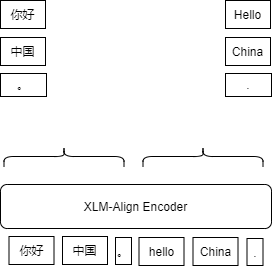
lakomi/pictures keeps this draw.io diagram as lk.drawio.png. Above is the earlier version. Source tidied: cells renumbered, new cells last; positions are measured from the earlier drawing's top-left corner, leaving out a move shared by most shapes.
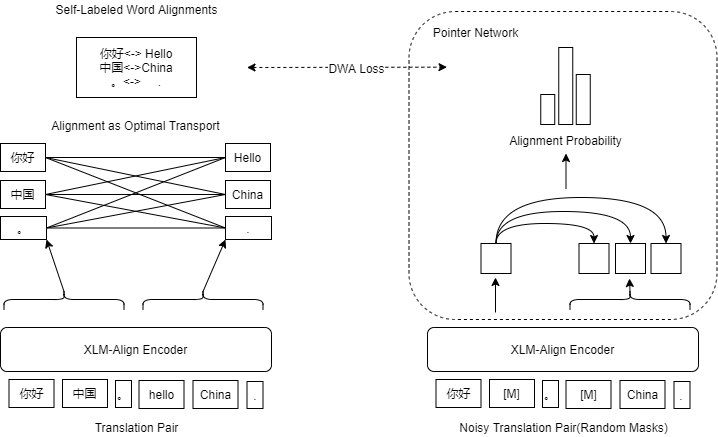
The same file after the commit.

The edit, as a diff of the source:
```diff
@@ -2,6 +2,9 @@
   <root>
     <mxCell id="0" />
     <mxCell id="1" parent="0" />
+    <mxCell id="17" style="rounded=1;whiteSpace=wrap;html=1;dashed=1;" parent="1" vertex="1">
+      <mxGeometry x="408.5" y="-132" width="308" height="308" as="geometry" />
+    </mxCell>
     <mxCell id="2" value="XLM-Align Encoder" style="rounded=1;whiteSpace=wrap;html=1;" parent="1" vertex="1">
       <mxGeometry y="184" width="271" height="44" as="geometry" />
     </mxCell>
@@ -17,15 +20,39 @@
     <mxCell id="6" value="." style="rounded=0;whiteSpace=wrap;html=1;" parent="1" vertex="1">
       <mxGeometry x="246.5" y="238" width="16" height="27" as="geometry" />
     </mxCell>
+    <mxCell id="18" style="rounded=0;jettySize=auto;html=1;exitX=0.1;exitY=0.5;exitDx=0;exitDy=0;exitPerimeter=0;entryX=1;entryY=1;entryDx=0;entryDy=0;" parent="1" edge="1" source="7" target="13">
+      <mxGeometry relative="1" as="geometry" />
+    </mxCell>
     <mxCell id="7" style="shape=curlyBracket;whiteSpace=wrap;html=1;rounded=1;rotation=90;" parent="1" vertex="1">
       <mxGeometry x="53.5" y="96" width="20" height="120" as="geometry" />
     </mxCell>
+    <mxCell id="19" style="edgeStyle=none;rounded=0;jettySize=auto;html=1;exitX=0.1;exitY=0.5;exitDx=0;exitDy=0;exitPerimeter=0;entryX=0;entryY=1;entryDx=0;entryDy=0;" parent="1" edge="1" source="8" target="16">
+      <mxGeometry relative="1" as="geometry" />
+    </mxCell>
     <mxCell id="8" style="shape=curlyBracket;whiteSpace=wrap;html=1;rounded=1;rotation=90;" parent="1" vertex="1">
       <mxGeometry x="192.5" y="96" width="20" height="120" as="geometry" />
     </mxCell>
+    <mxCell id="20" style="edgeStyle=none;rounded=0;jettySize=auto;html=1;exitX=1;exitY=0.5;exitDx=0;exitDy=0;endArrow=none;endFill=0;" parent="1" edge="1" source="9" target="14">
+      <mxGeometry relative="1" as="geometry" />
+    </mxCell>
+    <mxCell id="21" style="edgeStyle=none;rounded=0;jettySize=auto;html=1;exitX=1;exitY=0.5;exitDx=0;exitDy=0;entryX=0;entryY=0.5;entryDx=0;entryDy=0;endArrow=none;endFill=0;" parent="1" edge="1" source="9" target="15">
+      <mxGeometry relative="1" as="geometry" />
+    </mxCell>
+    <mxCell id="22" style="edgeStyle=none;rounded=0;jettySize=auto;html=1;exitX=1;exitY=0.5;exitDx=0;exitDy=0;entryX=0;entryY=0.5;entryDx=0;entryDy=0;endArrow=none;endFill=0;" parent="1" edge="1" source="9" target="16">
+      <mxGeometry relative="1" as="geometry" />
+    </mxCell>
     <mxCell id="9" value="你好" style="rounded=0;whiteSpace=wrap;html=1;" parent="1" vertex="1">
       <mxGeometry width="45" height="28" as="geometry" />
     </mxCell>
+    <mxCell id="23" style="edgeStyle=none;rounded=0;jettySize=auto;html=1;exitX=1;exitY=0.5;exitDx=0;exitDy=0;entryX=0;entryY=0.5;entryDx=0;entryDy=0;endArrow=none;endFill=0;" parent="1" edge="1" source="10" target="14">
+      <mxGeometry relative="1" as="geometry" />
+    </mxCell>
+    <mxCell id="24" style="edgeStyle=none;rounded=0;jettySize=auto;html=1;exitX=1;exitY=0.5;exitDx=0;exitDy=0;endArrow=none;endFill=0;" parent="1" edge="1" source="10" target="15">
+      <mxGeometry relative="1" as="geometry" />
+    </mxCell>
+    <mxCell id="25" style="edgeStyle=none;rounded=0;jettySize=auto;html=1;exitX=1;exitY=0.5;exitDx=0;exitDy=0;entryX=0;entryY=0.5;entryDx=0;entryDy=0;endArrow=none;endFill=0;" parent="1" edge="1" source="10" target="16">
+      <mxGeometry relative="1" as="geometry" />
+    </mxCell>
     <mxCell id="10" value="中国" style="rounded=0;whiteSpace=wrap;html=1;" parent="1" vertex="1">
       <mxGeometry y="37" width="45" height="28" as="geometry" />
     </mxCell>
@@ -35,6 +62,15 @@
     <mxCell id="12" value="。" style="rounded=0;whiteSpace=wrap;html=1;" parent="1" vertex="1">
       <mxGeometry x="115" y="237" width="16" height="27" as="geometry" />
     </mxCell>
+    <mxCell id="26" style="edgeStyle=none;rounded=0;jettySize=auto;html=1;exitX=1;exitY=0.5;exitDx=0;exitDy=0;entryX=0;entryY=0.5;entryDx=0;entryDy=0;endArrow=none;endFill=0;" parent="1" edge="1" source="13" target="14">
+      <mxGeometry relative="1" as="geometry" />
+    </mxCell>
+    <mxCell id="27" style="edgeStyle=none;rounded=0;jettySize=auto;html=1;exitX=1;exitY=0.5;exitDx=0;exitDy=0;entryX=0;entryY=0.5;entryDx=0;entryDy=0;endArrow=none;endFill=0;" parent="1" edge="1" source="13" target="15">
+      <mxGeometry relative="1" as="geometry" />
+    </mxCell>
+    <mxCell id="28" style="edgeStyle=none;rounded=0;jettySize=auto;html=1;exitX=1;exitY=0.5;exitDx=0;exitDy=0;endArrow=none;endFill=0;" parent="1" edge="1" source="13" target="16">
+      <mxGeometry relative="1" as="geometry" />
+    </mxCell>
     <mxCell id="13" value="。" style="rounded=0;whiteSpace=wrap;html=1;" parent="1" vertex="1">
       <mxGeometry y="73" width="46" height="23" as="geometry" />
     </mxCell>
@@ -47,5 +83,116 @@
     <mxCell id="16" value="." style="rounded=0;whiteSpace=wrap;html=1;" parent="1" vertex="1">
       <mxGeometry x="225" y="73" width="46" height="23" as="geometry" />
     </mxCell>
+    <mxCell id="29" value="Alignment as Optimal Transport" style="text;html=1;align=center;verticalAlign=middle;strokeColor=none;fillColor=none;" parent="1" vertex="1">
+      <mxGeometry x="46" y="-27" width="178" height="18" as="geometry" />
+    </mxCell>
+    <mxCell id="30" value="你好&amp;lt;-&amp;gt; Hello&lt;br&gt;中国&amp;lt;-&amp;gt;China&lt;br&gt;。&amp;lt;-&amp;gt;&amp;nbsp; &amp;nbsp; &amp;nbsp;." style="rounded=0;whiteSpace=wrap;html=1;" parent="1" vertex="1">
+      <mxGeometry x="76" y="-106" width="120" height="60" as="geometry" />
+    </mxCell>
+    <mxCell id="31" value="Self-Labeled Word Alignments" style="text;html=1;align=center;verticalAlign=middle;strokeColor=none;fillColor=none;" parent="1" vertex="1">
+      <mxGeometry x="50.5" y="-143" width="171" height="18" as="geometry" />
+    </mxCell>
+    <mxCell id="32" style="endArrow=classic;startArrow=classic;html=1;rounded=0;dashed=1;" parent="1" edge="1">
+      <mxGeometry relative="1" as="geometry">
+        <mxPoint x="246.5" y="-76" as="sourcePoint" />
+        <mxPoint x="446.5" y="-76.3" as="targetPoint" />
+      </mxGeometry>
+    </mxCell>
+    <mxCell id="33" value="DWA Loss" style="edgeLabel;html=1;align=center;verticalAlign=middle;" parent="32" vertex="1">
+      <mxGeometry x="0.1" y="-1" relative="1" as="geometry" />
+    </mxCell>
+    <mxCell id="34" value="XLM-Align Encoder" style="rounded=1;whiteSpace=wrap;html=1;" parent="1" vertex="1">
+      <mxGeometry x="427" y="184" width="271" height="44" as="geometry" />
+    </mxCell>
+    <mxCell id="35" value="你好" style="rounded=0;whiteSpace=wrap;html=1;" parent="1" vertex="1">
+      <mxGeometry x="435.5" y="236" width="45" height="28" as="geometry" />
+    </mxCell>
+    <mxCell id="36" value="[M]" style="rounded=0;whiteSpace=wrap;html=1;" parent="1" vertex="1">
+      <mxGeometry x="565.5" y="237" width="45" height="28" as="geometry" />
+    </mxCell>
+    <mxCell id="37" value="China" style="rounded=0;whiteSpace=wrap;html=1;" parent="1" vertex="1">
+      <mxGeometry x="619.5" y="237" width="45" height="28" as="geometry" />
+    </mxCell>
+    <mxCell id="38" value="." style="rounded=0;whiteSpace=wrap;html=1;" parent="1" vertex="1">
+      <mxGeometry x="673.5" y="238" width="16" height="27" as="geometry" />
+    </mxCell>
+    <mxCell id="39" value="[M]" style="rounded=0;whiteSpace=wrap;html=1;" parent="1" vertex="1">
+      <mxGeometry x="489" y="236" width="45" height="28" as="geometry" />
+    </mxCell>
+    <mxCell id="40" value="。" style="rounded=0;whiteSpace=wrap;html=1;" parent="1" vertex="1">
+      <mxGeometry x="542" y="237" width="16" height="27" as="geometry" />
+    </mxCell>
+    <mxCell id="41" value="Translation Pair" style="text;html=1;align=center;verticalAlign=middle;strokeColor=none;fillColor=none;" parent="1" vertex="1">
+      <mxGeometry x="89" y="275" width="94" height="18" as="geometry" />
+    </mxCell>
+    <mxCell id="42" value="Noisy Translation Pair(Random Masks)" style="text;html=1;align=center;verticalAlign=middle;strokeColor=none;fillColor=none;" parent="1" vertex="1">
+      <mxGeometry x="453.5" y="275" width="218" height="18" as="geometry" />
+    </mxCell>
+    <mxCell id="43" style="edgeStyle=none;rounded=0;jettySize=auto;html=1;exitX=0.1;exitY=0.5;exitDx=0;exitDy=0;exitPerimeter=0;endArrow=classic;endFill=1;" parent="1" edge="1" source="44">
+      <mxGeometry relative="1" as="geometry">
+        <mxPoint x="629" y="135" as="targetPoint" />
+      </mxGeometry>
+    </mxCell>
+    <mxCell id="44" style="shape=curlyBracket;whiteSpace=wrap;html=1;rounded=1;rotation=90;" parent="1" vertex="1">
+      <mxGeometry x="619.5" y="96" width="20" height="120" as="geometry" />
+    </mxCell>
+    <mxCell id="45" style="rounded=0;whiteSpace=wrap;html=1;" parent="1" vertex="1">
+      <mxGeometry x="578.5" y="100" width="30" height="30" as="geometry" />
+    </mxCell>
+    <mxCell id="46" style="rounded=0;whiteSpace=wrap;html=1;" parent="1" vertex="1">
+      <mxGeometry x="615" y="100" width="30" height="30" as="geometry" />
+    </mxCell>
+    <mxCell id="47" style="rounded=0;whiteSpace=wrap;html=1;" parent="1" vertex="1">
+      <mxGeometry x="650.5" y="100" width="30" height="30" as="geometry" />
+    </mxCell>
+    <mxCell id="48" style="edgeStyle=orthogonalEdgeStyle;rounded=0;jettySize=auto;html=1;exitX=0.5;exitY=0;exitDx=0;exitDy=0;entryX=0.5;entryY=0;entryDx=0;entryDy=0;endArrow=classic;endFill=1;curved=1;" parent="1" edge="1" source="51" target="45">
+      <mxGeometry relative="1" as="geometry" />
+    </mxCell>
+    <mxCell id="49" style="edgeStyle=orthogonalEdgeStyle;curved=1;rounded=0;jettySize=auto;html=1;exitX=0.5;exitY=0;exitDx=0;exitDy=0;entryX=0.5;entryY=0;entryDx=0;entryDy=0;endArrow=classic;endFill=1;" parent="1" edge="1" source="51" target="46">
+      <mxGeometry relative="1" as="geometry">
+        <Array as="points">
+          <mxPoint x="496" y="68" />
+          <mxPoint x="630" y="68" />
+        </Array>
+      </mxGeometry>
+    </mxCell>
+    <mxCell id="50" style="edgeStyle=orthogonalEdgeStyle;curved=1;rounded=0;jettySize=auto;html=1;exitX=0.5;exitY=0;exitDx=0;exitDy=0;entryX=0.5;entryY=0;entryDx=0;entryDy=0;endArrow=classic;endFill=1;" parent="1" edge="1" source="51" target="47">
+      <mxGeometry relative="1" as="geometry">
+        <Array as="points">
+          <mxPoint x="496" y="54" />
+          <mxPoint x="666" y="54" />
+        </Array>
+      </mxGeometry>
+    </mxCell>
+    <mxCell id="51" style="rounded=0;whiteSpace=wrap;html=1;" parent="1" vertex="1">
+      <mxGeometry x="480.5" y="100" width="30" height="30" as="geometry" />
+    </mxCell>
+    <mxCell id="52" style="endArrow=classic;html=1;rounded=0;" parent="1" edge="1">
+      <mxGeometry relative="1" as="geometry">
+        <mxPoint x="495" y="169" as="sourcePoint" />
+        <mxPoint x="495" y="134" as="targetPoint" />
+      </mxGeometry>
+    </mxCell>
+    <mxCell id="53" style="endArrow=classic;html=1;rounded=0;" parent="1" edge="1">
+      <mxGeometry relative="1" as="geometry">
+        <mxPoint x="565.5" y="45" as="sourcePoint" />
+        <mxPoint x="565.5" y="10" as="targetPoint" />
+      </mxGeometry>
+    </mxCell>
+    <mxCell id="54" value="Alignment Probability" style="text;html=1;align=center;verticalAlign=middle;strokeColor=none;fillColor=none;" parent="1" vertex="1">
+      <mxGeometry x="503.5" y="-12" width="123" height="18" as="geometry" />
+    </mxCell>
+    <mxCell id="55" style="rounded=0;whiteSpace=wrap;html=1;" parent="1" vertex="1">
+      <mxGeometry x="540.2" y="-49" width="14" height="30" as="geometry" />
+    </mxCell>
+    <mxCell id="56" style="rounded=0;whiteSpace=wrap;html=1;" parent="1" vertex="1">
+      <mxGeometry x="558.2" y="-96" width="14" height="77" as="geometry" />
+    </mxCell>
+    <mxCell id="57" style="rounded=0;whiteSpace=wrap;html=1;" parent="1" vertex="1">
+      <mxGeometry x="575.8" y="-69" width="14" height="50" as="geometry" />
+    </mxCell>
+    <mxCell id="58" value="Pointer Network" style="text;html=1;align=center;verticalAlign=middle;strokeColor=none;fillColor=none;" parent="1" vertex="1">
+      <mxGeometry x="427" y="-120" width="95" height="18" as="geometry" />
+    </mxCell>
   </root>
 </mxGraphModel>
```
